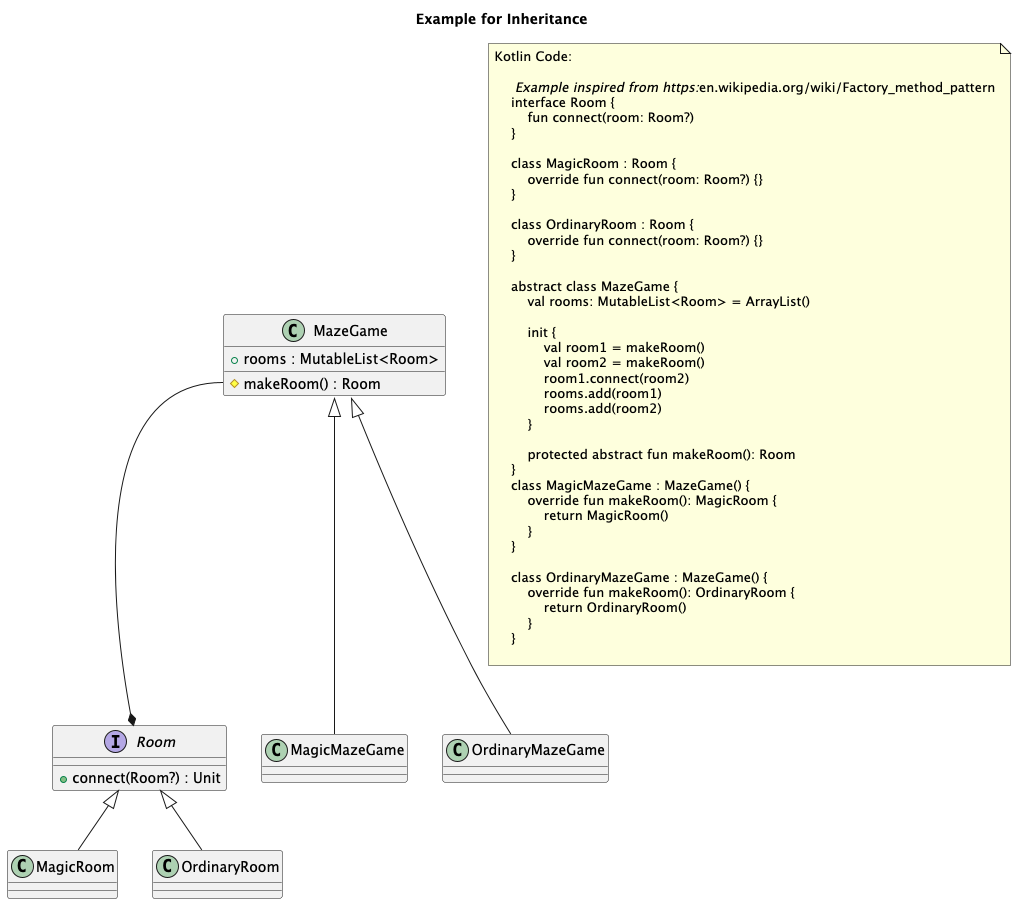
Above: doc/plantuml/Inheritance.png in Tosaa/ksp-plantuml (PlantUML), before the change.
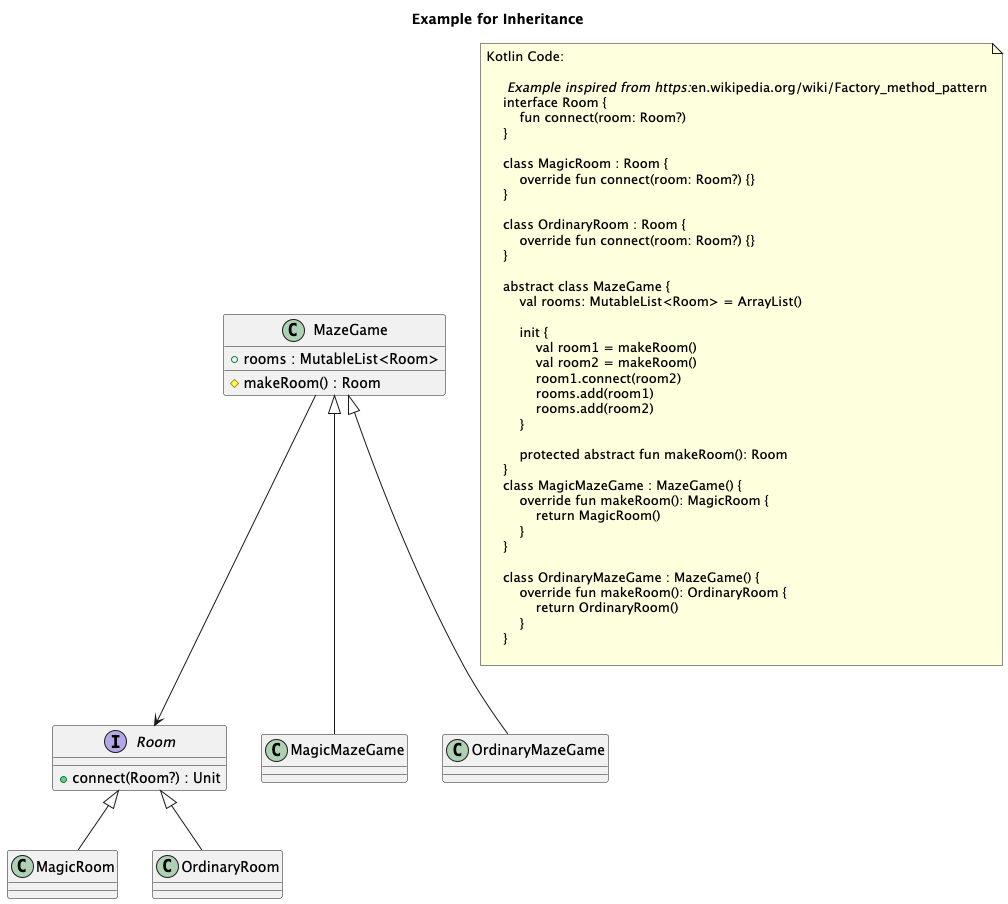
Above is the later version.

The edit, as a diff of the source:
```diff
@@ -36,8 +36,8 @@
 Room <|-- OrdinaryRoom
 MazeGame <|-- MagicMazeGame
 MazeGame <|-- OrdinaryMazeGame
+MazeGame --> Room
 
-MazeGame::makeRoom --* Room
 note as note_of_code
 Kotlin Code:
 
```
